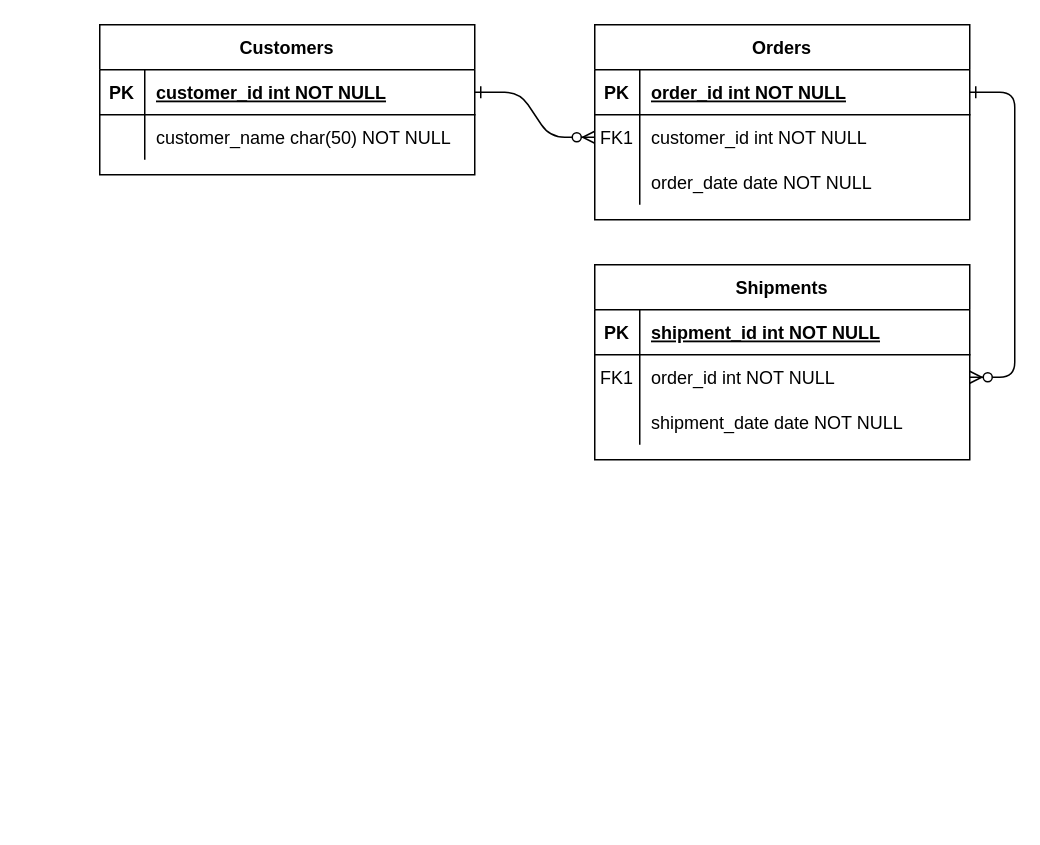
piwang1994/MADMAN keeps this draw.io diagram as hw1_3_3.drawio. Above is the earlier version. Source tidied: cells renumbered, new cells numbered last; positions are measured from the earlier drawing's top-left corner, leaving out a move shared by most shapes. Both pictures are drawn from the tidied source at 150%, with x=0, y=0 at pixel (99, 24).
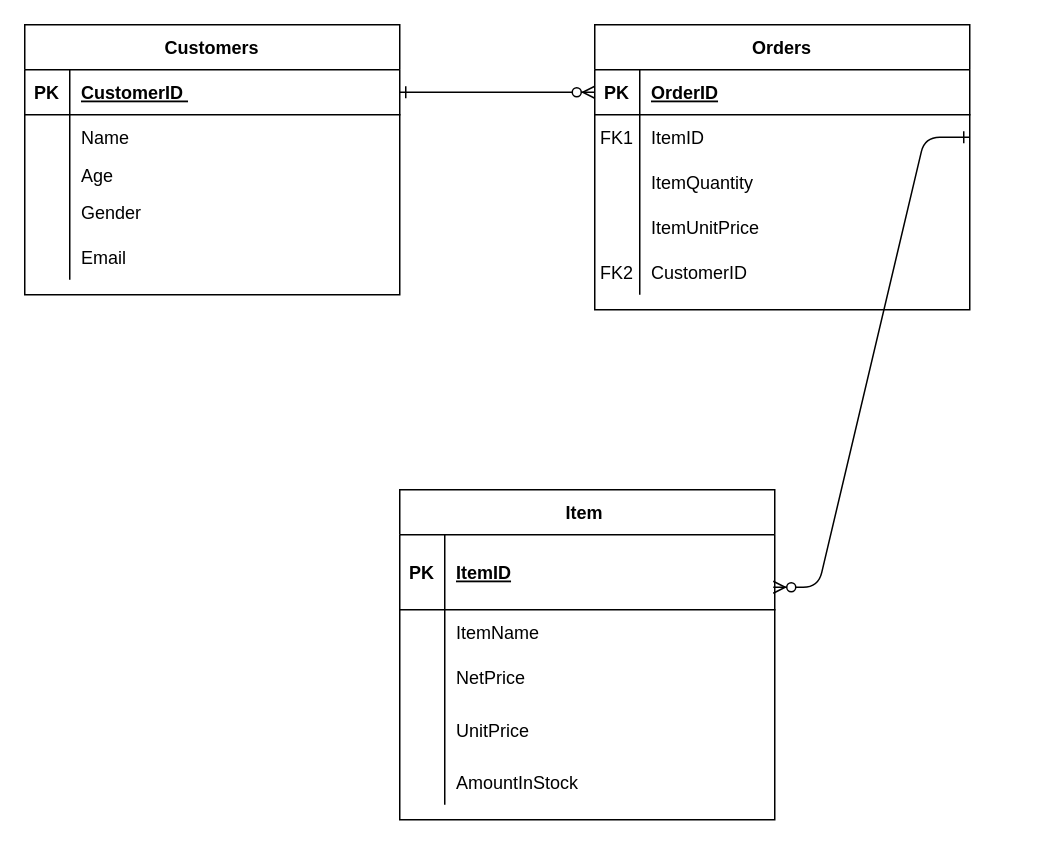
After the change.

Unchanged cells that the change refers to:
```xml
<mxCell id="5" style="shape=partialRectangle;fillColor=none;points=[[0,0.5],[1,0.5]];portConstraint=eastwest;top=0;left=0;right=0;bottom=1;" parent="4" vertex="1">
  <mxGeometry y="30" width="250" height="30" as="geometry" />
</mxCell>
<mxCell id="8" style="shape=partialRectangle;fillColor=none;points=[[0,0.5],[1,0.5]];portConstraint=eastwest;top=0;left=0;right=0;bottom=0;" parent="4" vertex="1">
  <mxGeometry y="60" width="250" height="30" as="geometry" />
</mxCell>
<mxCell id="11" style="shape=partialRectangle;fillColor=none;top=0;left=0;right=0;bottom=0;" parent="4" vertex="1">
  <mxGeometry y="90" width="250" height="30" as="geometry" />
</mxCell>
<mxCell id="25" style="shape=partialRectangle;fillColor=none;points=[[0,0.5],[1,0.5]];portConstraint=eastwest;top=0;left=0;right=0;bottom=1;" parent="24" vertex="1">
  <mxGeometry y="30" width="250" height="30" as="geometry" />
</mxCell>
<mxCell id="28" style="shape=partialRectangle;fillColor=none;top=0;left=0;right=0;bottom=0;" parent="24" vertex="1">
  <mxGeometry y="60" width="250" height="30" as="geometry" />
</mxCell>
```

The edit, as a diff of the source:
```diff
@@
-    <mxCell id="2" style="edgeStyle=entityRelationEdgeStyle;endArrow=ERzeroToMany;startArrow=ERone;endFill=1;startFill=0;" parent="1" edge="1" source="25" target="8">
+    <mxCell id="2" style="edgeStyle=entityRelationEdgeStyle;endArrow=ERzeroToMany;startArrow=ERone;endFill=1;startFill=0;entryX=0;entryY=0.5;entryDx=0;entryDy=0;" parent="1" edge="1" source="25" target="5">
       <mxGeometry relative="1" as="geometry" />
     </mxCell>
-    <mxCell id="3" style="edgeStyle=entityRelationEdgeStyle;endArrow=ERzeroToMany;startArrow=ERone;endFill=1;startFill=0;" parent="1" edge="1" source="5" target="18">
+    <mxCell id="3" style="edgeStyle=entityRelationEdgeStyle;endArrow=ERzeroToMany;startArrow=ERone;endFill=1;startFill=0;exitX=1;exitY=0.5;exitDx=0;exitDy=0;entryX=0.996;entryY=0.7;entryDx=0;entryDy=0;entryPerimeter=0;" parent="1" edge="1" source="8" target="15">
       <mxGeometry relative="1" as="geometry" />
     </mxCell>
     <mxCell id="4" value="Orders" style="shape=table;startSize=30;childLayout=tableLayout;rowLines=0;fontStyle=1;align=center;" parent="1" vertex="1">
-      <mxGeometry x="330" width="250" height="130" as="geometry" />
+      <mxGeometry x="330" width="250" height="190" as="geometry" />
     </mxCell>
@@
-    <mxCell id="7" value="order_id int NOT NULL " style="shape=partialRectangle;overflow=hidden;fillColor=none;top=0;left=0;bottom=0;right=0;align=left;spacingLeft=6;fontStyle=5;" parent="5" vertex="1">
+    <mxCell id="7" value="OrderID " style="shape=partialRectangle;overflow=hidden;fillColor=none;top=0;left=0;bottom=0;right=0;align=left;spacingLeft=6;fontStyle=5;" parent="5" vertex="1">
       <mxGeometry x="30" width="220" height="30" as="geometry" />
     </mxCell>
@@
-    <mxCell id="10" value="customer_id int NOT NULL" style="shape=partialRectangle;overflow=hidden;fillColor=none;top=0;left=0;bottom=0;right=0;align=left;spacingLeft=6;" parent="8" vertex="1">
+    <mxCell id="10" value="ItemID" style="shape=partialRectangle;overflow=hidden;fillColor=none;top=0;left=0;bottom=0;right=0;align=left;spacingLeft=6;" parent="8" vertex="1">
       <mxGeometry x="30" width="220" height="30" as="geometry" />
     </mxCell>
@@
-    <mxCell id="13" value="order_date date NOT NULL" style="shape=partialRectangle;overflow=hidden;fillColor=none;top=0;left=0;bottom=0;right=0;align=left;spacingLeft=6;" parent="11" vertex="1">
+    <mxCell id="13" value="ItemQuantity" style="shape=partialRectangle;overflow=hidden;fillColor=none;top=0;left=0;bottom=0;right=0;align=left;spacingLeft=6;" parent="11" vertex="1">
       <mxGeometry x="30" width="220" height="30" as="geometry" />
     </mxCell>
+    <mxCell id="31" style="shape=tableRow;horizontal=0;startSize=0;swimlaneHead=0;swimlaneBody=0;fillColor=none;top=0;left=0;right=0;bottom=0;" parent="4" vertex="1">
+      <mxGeometry y="120" width="250" height="30" as="geometry" />
+    </mxCell>
+    <mxCell id="32" style="shape=partialRectangle;fillColor=none;top=0;left=0;bottom=0;right=0;overflow=hidden;" parent="31" vertex="1">
+      <mxGeometry width="30" height="30" as="geometry" />
+    </mxCell>
+    <mxCell id="33" value="ItemUnitPrice" style="shape=partialRectangle;fillColor=none;top=0;left=0;bottom=0;right=0;align=left;spacingLeft=6;overflow=hidden;" parent="31" vertex="1">
+      <mxGeometry x="30" width="220" height="30" as="geometry" />
+    </mxCell>
+    <mxCell id="34" style="shape=tableRow;horizontal=0;startSize=0;swimlaneHead=0;swimlaneBody=0;fillColor=none;top=0;left=0;right=0;bottom=0;" parent="4" vertex="1">
+      <mxGeometry y="150" width="250" height="30" as="geometry" />
+    </mxCell>
+    <mxCell id="35" value="FK2" style="shape=partialRectangle;fillColor=none;top=0;left=0;bottom=0;right=0;fontStyle=0;overflow=hidden;" parent="34" vertex="1">
+      <mxGeometry width="30" height="30" as="geometry" />
+    </mxCell>
+    <mxCell id="36" value="CustomerID" style="shape=partialRectangle;fillColor=none;top=0;left=0;bottom=0;right=0;align=left;spacingLeft=6;fontStyle=0;overflow=hidden;" parent="34" vertex="1">
+      <mxGeometry x="30" width="220" height="30" as="geometry" />
+    </mxCell>
-    <mxCell id="14" value="Shipments" style="shape=table;startSize=30;childLayout=tableLayout;rowLines=0;fontStyle=1;align=center;" parent="1" vertex="1">
-      <mxGeometry x="330" y="160" width="250" height="130" as="geometry" />
+    <mxCell id="14" value="Item " style="shape=table;startSize=30;childLayout=tableLayout;rowLines=0;fontStyle=1;align=center;" parent="1" vertex="1">
+      <mxGeometry x="200" y="310" width="250" height="220" as="geometry" />
     </mxCell>
     <mxCell id="15" style="shape=partialRectangle;fillColor=none;points=[[0,0.5],[1,0.5]];portConstraint=eastwest;top=0;left=0;right=0;bottom=1;" parent="14" vertex="1">
-      <mxGeometry y="30" width="250" height="30" as="geometry" />
+      <mxGeometry y="30" width="250" height="50" as="geometry" />
     </mxCell>
     <mxCell id="16" value="PK" style="shape=partialRectangle;overflow=hidden;fillColor=none;top=0;left=0;bottom=0;right=0;fontStyle=1;" parent="15" vertex="1">
-      <mxGeometry width="30" height="30" as="geometry" />
+      <mxGeometry width="30" height="50" as="geometry" />
     </mxCell>
-    <mxCell id="17" value="shipment_id int NOT NULL " style="shape=partialRectangle;overflow=hidden;fillColor=none;top=0;left=0;bottom=0;right=0;align=left;spacingLeft=6;fontStyle=5;" parent="15" vertex="1">
-      <mxGeometry x="30" width="220" height="30" as="geometry" />
+    <mxCell id="17" value="ItemID " style="shape=partialRectangle;overflow=hidden;fillColor=none;top=0;left=0;bottom=0;right=0;align=left;spacingLeft=6;fontStyle=5;" parent="15" vertex="1">
+      <mxGeometry x="30" width="220" height="50" as="geometry" />
     </mxCell>
-    <mxCell id="18" style="shape=partialRectangle;fillColor=none;points=[[0,0.5],[1,0.5]];portConstraint=eastwest;top=0;left=0;right=0;bottom=0;" parent="14" vertex="1">
-      <mxGeometry y="60" width="250" height="30" as="geometry" />
-    </mxCell>
-    <mxCell id="19" value="FK1" style="shape=partialRectangle;overflow=hidden;fillColor=none;top=0;left=0;bottom=0;right=0;" parent="18" vertex="1">
-      <mxGeometry width="30" height="30" as="geometry" />
-    </mxCell>
-    <mxCell id="20" value="order_id int NOT NULL" style="shape=partialRectangle;overflow=hidden;fillColor=none;top=0;left=0;bottom=0;right=0;align=left;spacingLeft=6;" parent="18" vertex="1">
-      <mxGeometry x="30" width="220" height="30" as="geometry" />
-    </mxCell>
-    <mxCell id="21" style="shape=partialRectangle;fillColor=none;top=0;left=0;right=0;bottom=0;" parent="14" vertex="1">
-      <mxGeometry y="90" width="250" height="30" as="geometry" />
-    </mxCell>
-    <mxCell id="22" style="shape=partialRectangle;overflow=hidden;fillColor=none;top=0;left=0;bottom=0;right=0;" parent="21" vertex="1">
-      <mxGeometry width="30" height="30" as="geometry" />
-    </mxCell>
-    <mxCell id="23" value="shipment_date date NOT NULL" style="shape=partialRectangle;overflow=hidden;fillColor=none;top=0;left=0;bottom=0;right=0;align=left;spacingLeft=6;" parent="21" vertex="1">
-      <mxGeometry x="30" width="220" height="30" as="geometry" />
-    </mxCell>
+    <mxCell id="37" style="shape=tableRow;horizontal=0;startSize=0;swimlaneHead=0;swimlaneBody=0;fillColor=none;top=0;left=0;right=0;bottom=0;" parent="14" vertex="1">
+      <mxGeometry y="80" width="250" height="30" as="geometry" />
+    </mxCell>
+    <mxCell id="38" style="shape=partialRectangle;fillColor=none;top=0;left=0;bottom=0;right=0;overflow=hidden;" parent="37" vertex="1">
+      <mxGeometry width="30" height="30" as="geometry" />
+    </mxCell>
+    <mxCell id="39" value="ItemName" style="shape=partialRectangle;fillColor=none;top=0;left=0;bottom=0;right=0;align=left;spacingLeft=6;overflow=hidden;" parent="37" vertex="1">
+      <mxGeometry x="30" width="220" height="30" as="geometry" />
+    </mxCell>
+    <mxCell id="40" style="shape=tableRow;horizontal=0;startSize=0;swimlaneHead=0;swimlaneBody=0;fillColor=none;top=0;left=0;right=0;bottom=0;" parent="14" vertex="1">
+      <mxGeometry y="110" width="250" height="30" as="geometry" />
+    </mxCell>
+    <mxCell id="41" style="shape=partialRectangle;fillColor=none;top=0;left=0;bottom=0;right=0;overflow=hidden;" parent="40" vertex="1">
+      <mxGeometry width="30" height="30" as="geometry" />
+    </mxCell>
+    <mxCell id="42" value="NetPrice" style="shape=partialRectangle;fillColor=none;top=0;left=0;bottom=0;right=0;align=left;spacingLeft=6;overflow=hidden;" parent="40" vertex="1">
+      <mxGeometry x="30" width="220" height="30" as="geometry" />
+    </mxCell>
+    <mxCell id="43" style="shape=tableRow;horizontal=0;startSize=0;swimlaneHead=0;swimlaneBody=0;fillColor=none;top=0;left=0;right=0;bottom=0;" parent="14" vertex="1">
+      <mxGeometry y="140" width="250" height="40" as="geometry" />
+    </mxCell>
+    <mxCell id="44" style="shape=partialRectangle;fillColor=none;top=0;left=0;bottom=0;right=0;overflow=hidden;" parent="43" vertex="1">
+      <mxGeometry width="30" height="40" as="geometry" />
+    </mxCell>
+    <mxCell id="45" value="UnitPrice" style="shape=partialRectangle;fillColor=none;top=0;left=0;bottom=0;right=0;align=left;spacingLeft=6;overflow=hidden;" parent="43" vertex="1">
+      <mxGeometry x="30" width="220" height="40" as="geometry" />
+    </mxCell>
+    <mxCell id="46" style="shape=tableRow;horizontal=0;startSize=0;swimlaneHead=0;swimlaneBody=0;fillColor=none;top=0;left=0;right=0;bottom=0;" parent="14" vertex="1">
+      <mxGeometry y="180" width="250" height="30" as="geometry" />
+    </mxCell>
+    <mxCell id="47" style="shape=partialRectangle;fillColor=none;top=0;left=0;bottom=0;right=0;overflow=hidden;" parent="46" vertex="1">
+      <mxGeometry width="30" height="30" as="geometry" />
+    </mxCell>
+    <mxCell id="48" value="AmountInStock" style="shape=partialRectangle;fillColor=none;top=0;left=0;bottom=0;right=0;align=left;spacingLeft=6;overflow=hidden;" parent="46" vertex="1">
+      <mxGeometry x="30" width="220" height="30" as="geometry" />
+    </mxCell>
     <mxCell id="24" value="Customers" style="shape=table;startSize=30;childLayout=tableLayout;rowLines=0;fontStyle=1;align=center;" parent="1" vertex="1">
-      <mxGeometry width="250" height="100" as="geometry" />
+      <mxGeometry x="-50" width="250" height="180" as="geometry" />
     </mxCell>
@@
-    <mxCell id="27" value="customer_id int NOT NULL " style="shape=partialRectangle;overflow=hidden;fillColor=none;top=0;left=0;bottom=0;right=0;align=left;spacingLeft=6;fontStyle=5;" parent="25" vertex="1">
+    <mxCell id="27" value="CustomerID " style="shape=partialRectangle;overflow=hidden;fillColor=none;top=0;left=0;bottom=0;right=0;align=left;spacingLeft=6;fontStyle=5;" parent="25" vertex="1">
       <mxGeometry x="30" width="220" height="30" as="geometry" />
     </mxCell>
@@
-    <mxCell id="30" value="customer_name char(50) NOT NULL" style="shape=partialRectangle;overflow=hidden;fillColor=none;top=0;left=0;bottom=0;right=0;align=left;spacingLeft=6;" parent="28" vertex="1">
+    <mxCell id="30" value="Name" style="shape=partialRectangle;overflow=hidden;fillColor=none;top=0;left=0;bottom=0;right=0;align=left;spacingLeft=6;" parent="28" vertex="1">
       <mxGeometry x="30" width="220" height="30" as="geometry" />
     </mxCell>
+    <mxCell id="49" style="shape=tableRow;horizontal=0;startSize=0;swimlaneHead=0;swimlaneBody=0;fillColor=none;top=0;left=0;right=0;bottom=0;" parent="24" vertex="1">
+      <mxGeometry y="90" width="250" height="20" as="geometry" />
+    </mxCell>
+    <mxCell id="50" style="shape=partialRectangle;fillColor=none;top=0;left=0;bottom=0;right=0;overflow=hidden;" parent="49" vertex="1">
+      <mxGeometry width="30" height="20" as="geometry" />
+    </mxCell>
+    <mxCell id="51" value="Age" style="shape=partialRectangle;fillColor=none;top=0;left=0;bottom=0;right=0;align=left;spacingLeft=6;overflow=hidden;" parent="49" vertex="1">
+      <mxGeometry x="30" width="220" height="20" as="geometry" />
+    </mxCell>
+    <mxCell id="52" style="shape=tableRow;horizontal=0;startSize=0;swimlaneHead=0;swimlaneBody=0;fillColor=none;top=0;left=0;right=0;bottom=0;" parent="24" vertex="1">
+      <mxGeometry y="110" width="250" height="30" as="geometry" />
+    </mxCell>
+    <mxCell id="53" style="shape=partialRectangle;fillColor=none;top=0;left=0;bottom=0;right=0;overflow=hidden;" parent="52" vertex="1">
+      <mxGeometry width="30" height="30" as="geometry" />
+    </mxCell>
+    <mxCell id="54" value="Gender" style="shape=partialRectangle;fillColor=none;top=0;left=0;bottom=0;right=0;align=left;spacingLeft=6;overflow=hidden;" parent="52" vertex="1">
+      <mxGeometry x="30" width="220" height="30" as="geometry" />
+    </mxCell>
+    <mxCell id="55" style="shape=tableRow;horizontal=0;startSize=0;swimlaneHead=0;swimlaneBody=0;fillColor=none;top=0;left=0;right=0;bottom=0;" parent="24" vertex="1">
+      <mxGeometry y="140" width="250" height="30" as="geometry" />
+    </mxCell>
+    <mxCell id="56" style="shape=partialRectangle;fillColor=none;top=0;left=0;bottom=0;right=0;overflow=hidden;" parent="55" vertex="1">
+      <mxGeometry width="30" height="30" as="geometry" />
+    </mxCell>
+    <mxCell id="57" value="Email" style="shape=partialRectangle;fillColor=none;top=0;left=0;bottom=0;right=0;align=left;spacingLeft=6;overflow=hidden;" parent="55" vertex="1">
+      <mxGeometry x="30" width="220" height="30" as="geometry" />
+    </mxCell>
```
